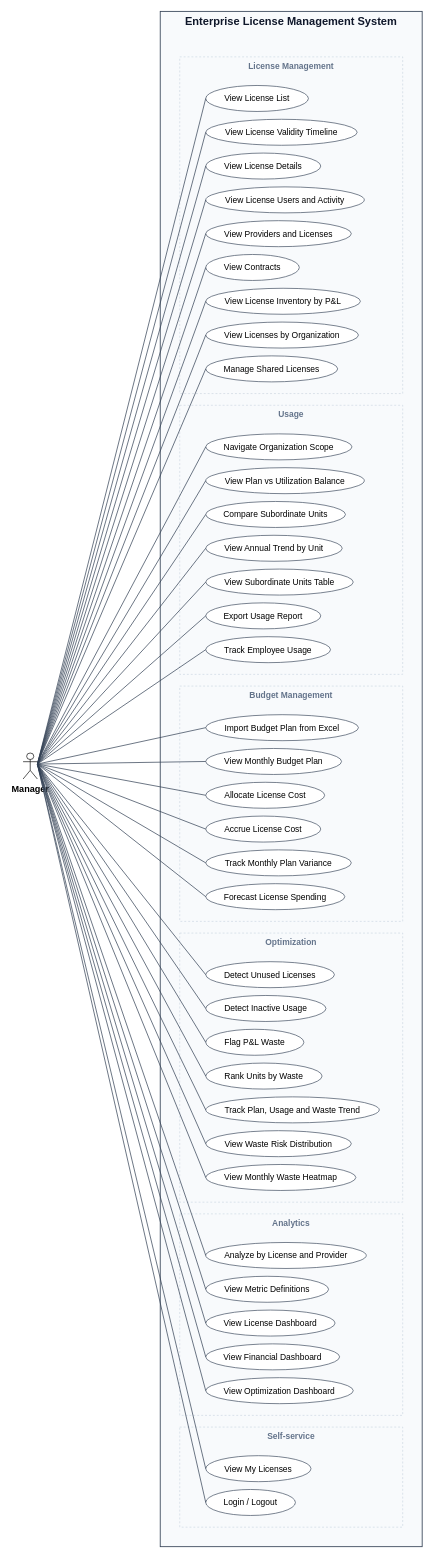
This is docs/diagrams/out/uc_manager.drawio from cuonglpv/VFast, a draw.io file, before an edit. Source tidied: cells renumbered, new cells numbered last; positions are measured from the earlier drawing's top-left corner, leaving out a move shared by most shapes. Both pictures are drawn from the tidied source at 65%, with x=0, y=0 at pixel (23, 11).
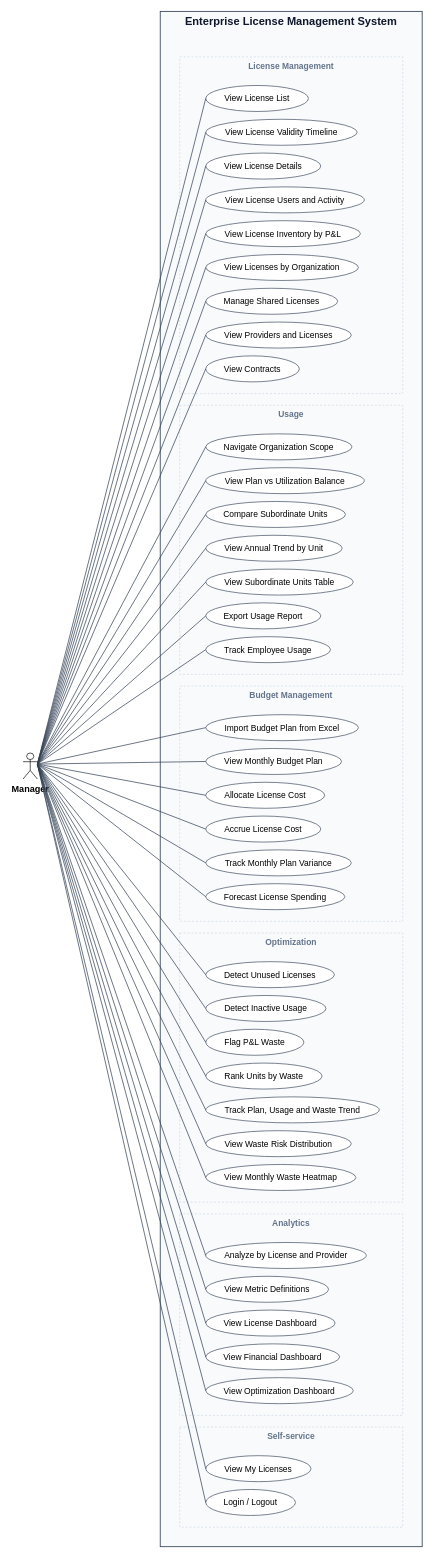
After the change.

The edit, as a diff of the source:
```diff
@@
-    <mxCell id="8" value="View Providers and Licenses" style="ellipse;whiteSpace=wrap;html=1;fillColor=#ffffff;strokeColor=#334155;fontSize=13;fontColor=#000000;" parent="1" vertex="1">
-      <mxGeometry x="281" y="322" width="224" height="40" as="geometry" />
+    <mxCell id="8" value="View License Inventory by P&amp;amp;L" style="ellipse;whiteSpace=wrap;html=1;fillColor=#ffffff;strokeColor=#334155;fontSize=13;fontColor=#000000;" parent="1" vertex="1">
+      <mxGeometry x="281" y="322" width="238" height="40" as="geometry" />
     </mxCell>
-    <mxCell id="9" value="View Contracts" style="ellipse;whiteSpace=wrap;html=1;fillColor=#ffffff;strokeColor=#334155;fontSize=13;fontColor=#000000;" parent="1" vertex="1">
-      <mxGeometry x="281" y="374" width="144" height="40" as="geometry" />
+    <mxCell id="9" value="View Licenses by Organization" style="ellipse;whiteSpace=wrap;html=1;fillColor=#ffffff;strokeColor=#334155;fontSize=13;fontColor=#000000;" parent="1" vertex="1">
+      <mxGeometry x="281" y="374" width="235" height="40" as="geometry" />
     </mxCell>
-    <mxCell id="10" value="View License Inventory by P&amp;amp;L" style="ellipse;whiteSpace=wrap;html=1;fillColor=#ffffff;strokeColor=#334155;fontSize=13;fontColor=#000000;" parent="1" vertex="1">
-      <mxGeometry x="281" y="426" width="238" height="40" as="geometry" />
+    <mxCell id="10" value="Manage Shared Licenses" style="ellipse;whiteSpace=wrap;html=1;fillColor=#ffffff;strokeColor=#334155;fontSize=13;fontColor=#000000;" parent="1" vertex="1">
+      <mxGeometry x="281" y="426" width="203" height="40" as="geometry" />
     </mxCell>
-    <mxCell id="11" value="View Licenses by Organization" style="ellipse;whiteSpace=wrap;html=1;fillColor=#ffffff;strokeColor=#334155;fontSize=13;fontColor=#000000;" parent="1" vertex="1">
-      <mxGeometry x="281" y="478" width="235" height="40" as="geometry" />
+    <mxCell id="11" value="View Providers and Licenses" style="ellipse;whiteSpace=wrap;html=1;fillColor=#ffffff;strokeColor=#334155;fontSize=13;fontColor=#000000;" parent="1" vertex="1">
+      <mxGeometry x="281" y="478" width="224" height="40" as="geometry" />
     </mxCell>
-    <mxCell id="12" value="Manage Shared Licenses" style="ellipse;whiteSpace=wrap;html=1;fillColor=#ffffff;strokeColor=#334155;fontSize=13;fontColor=#000000;" parent="1" vertex="1">
-      <mxGeometry x="281" y="530" width="203" height="40" as="geometry" />
+    <mxCell id="12" value="View Contracts" style="ellipse;whiteSpace=wrap;html=1;fillColor=#ffffff;strokeColor=#334155;fontSize=13;fontColor=#000000;" parent="1" vertex="1">
+      <mxGeometry x="281" y="530" width="144" height="40" as="geometry" />
     </mxCell>
```
